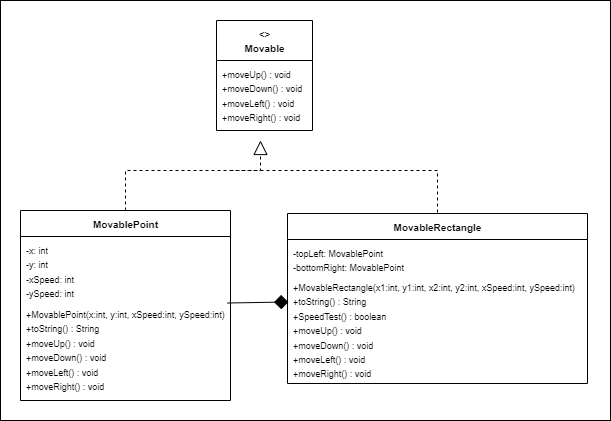
Before: src/practice2/part2/UML Movable part2.drawio.png, a diagram exported from draw.io (0Toxich0/OOAP). Source tidied: cells renumbered, new cells last; positions are measured from the earlier drawing's top-left corner, leaving out a move shared by most shapes.
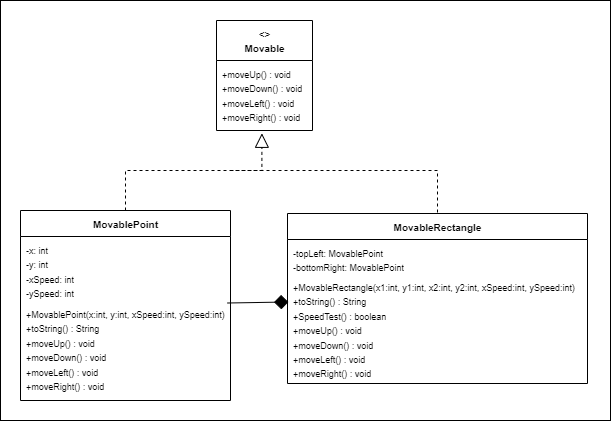
After the change.

Diff of the diagram source:
```diff
@@ -32,12 +32,11 @@
     <mxCell id="11" style="endArrow=none;startArrow=diamond;startFill=1;startSize=12;html=1;entryX=0.986;entryY=0.025;entryDx=0;entryDy=0;exitX=0.003;exitY=0.259;exitDx=0;exitDy=0;entryPerimeter=0;exitPerimeter=0;" parent="1" edge="1" source="10" target="7">
       <mxGeometry relative="1" as="geometry" />
     </mxCell>
-    <mxCell id="12" style="endArrow=block;dashed=1;endFill=0;endSize=12;html=1;rounded=0;exitX=0.5;exitY=0;exitDx=0;exitDy=0;edgeStyle=orthogonalEdgeStyle;" parent="1" edge="1" source="5">
+    <mxCell id="12" style="endArrow=block;dashed=1;endFill=0;endSize=12;html=1;rounded=0;exitX=0.5;exitY=0;exitDx=0;exitDy=0;edgeStyle=orthogonalEdgeStyle;entryX=0.473;entryY=1.04;entryDx=0;entryDy=0;entryPerimeter=0;" parent="1" edge="1" source="5" target="4">
       <mxGeometry relative="1" as="geometry">
-        <mxPoint x="260" y="140" as="targetPoint" />
         <Array as="points">
           <mxPoint x="125" y="170" />
-          <mxPoint x="260" y="170" />
+          <mxPoint x="261" y="170" />
         </Array>
       </mxGeometry>
     </mxCell>
```
